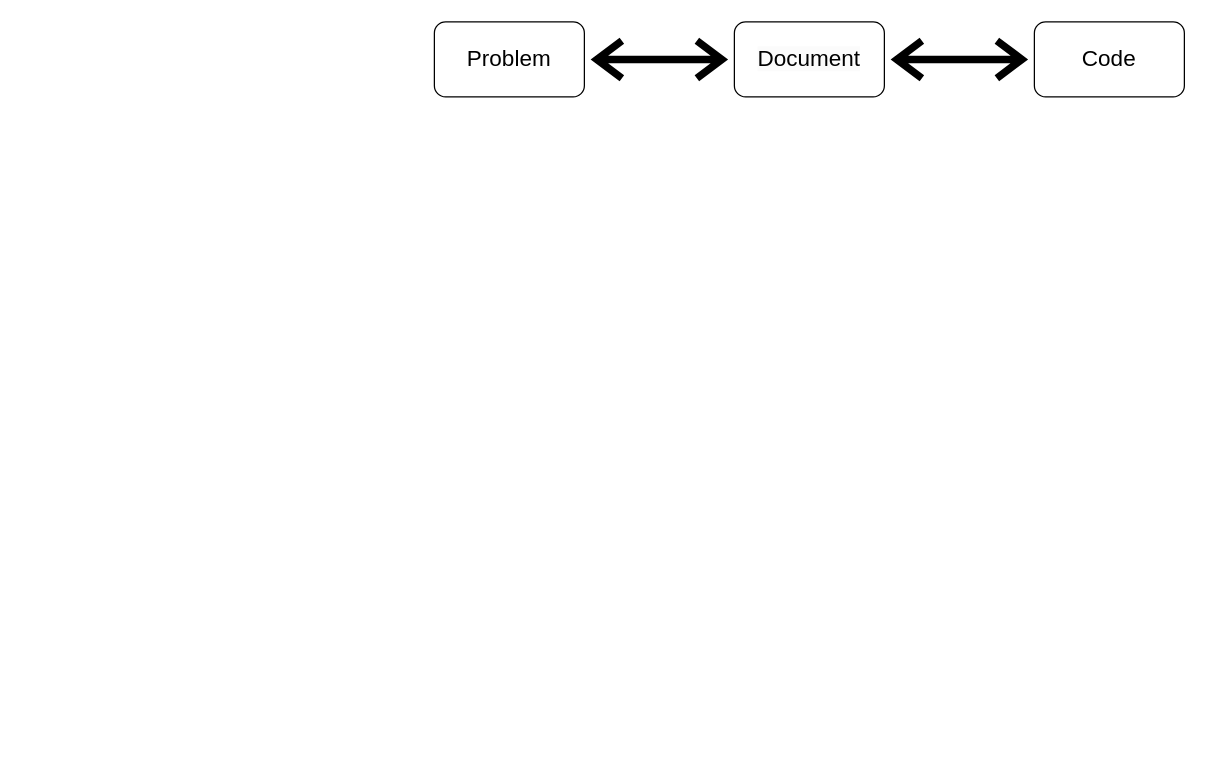
jizhang02/Figure-Factory keeps this draw.io diagram as page "work routine" (5 of 5) of Fig_CS/Figure-Factory.drawio. Above is the earlier version. Source tidied: cells renumbered, new cells numbered last; positions are measured from the earlier drawing's top-left corner, leaving out a move shared by most shapes. Both pictures are drawn from the tidied source at 125%, with x=0, y=0 at pixel (434, 21).
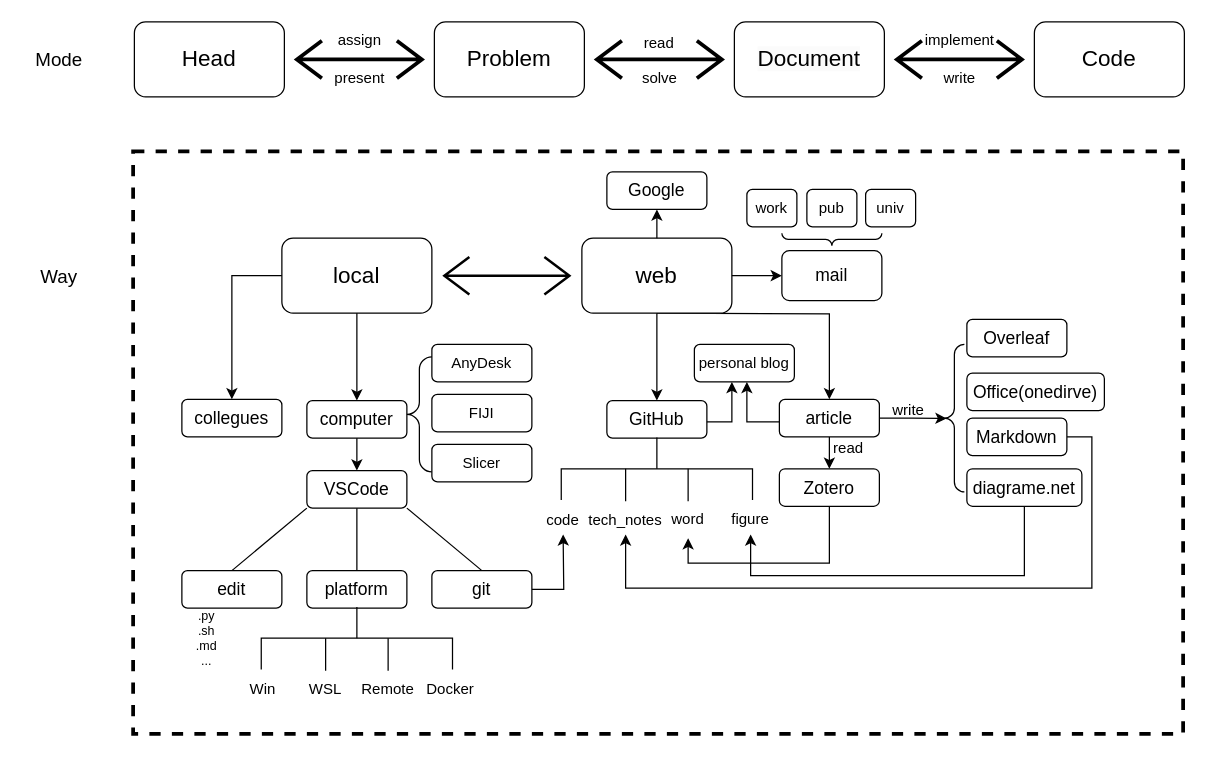
After the change.

Diff of the diagram source:
```diff
@@
+    <mxCell id="7" style="rounded=0;whiteSpace=wrap;html=1;strokeColor=#000000;strokeWidth=3;fontSize=15;fillColor=none;dashed=1;" parent="1" vertex="1">
+      <mxGeometry x="-241" y="103.5" width="840" height="466" as="geometry" />
+    </mxCell>
@@
-    <mxCell id="5" style="html=1;whiteSpace=wrap;fillColor=#AFFFAF;shape=mxgraph.archimate3.commNetw;strokeWidth=6;" parent="1" vertex="1">
+    <mxCell id="5" style="html=1;whiteSpace=wrap;fillColor=#AFFFAF;shape=mxgraph.archimate3.commNetw;strokeWidth=3;" parent="1" vertex="1">
       <mxGeometry x="130" y="15" width="100" height="30" as="geometry" />
     </mxCell>
-    <mxCell id="6" style="html=1;whiteSpace=wrap;fillColor=#AFFFAF;shape=mxgraph.archimate3.commNetw;strokeWidth=6;" parent="1" vertex="1">
+    <mxCell id="6" style="html=1;whiteSpace=wrap;fillColor=#AFFFAF;shape=mxgraph.archimate3.commNetw;strokeWidth=3;" parent="1" vertex="1">
       <mxGeometry x="370" y="15" width="100" height="30" as="geometry" />
     </mxCell>
+    <mxCell id="8" value="&lt;font style=&quot;font-size: 12px;&quot;&gt;read&lt;/font&gt;" style="text;html=1;strokeColor=none;fillColor=none;align=center;verticalAlign=middle;whiteSpace=wrap;rounded=0;fontSize=18;" parent="1" vertex="1">
+      <mxGeometry x="150" width="60" height="30" as="geometry" />
+    </mxCell>
+    <mxCell id="9" value="implement" style="text;html=1;align=center;verticalAlign=middle;strokeColor=none;fillColor=none;fontSize=12;" parent="1" vertex="1">
+      <mxGeometry x="380" width="80" height="30" as="geometry" />
+    </mxCell>
+    <mxCell id="10" value="write" style="text;html=1;align=center;verticalAlign=middle;strokeColor=none;fillColor=none;fontSize=12;" parent="1" vertex="1">
+      <mxGeometry x="395" y="30" width="50" height="30" as="geometry" />
+    </mxCell>
+    <mxCell id="11" value="solve" style="text;html=1;align=center;verticalAlign=middle;strokeColor=none;fillColor=none;fontSize=12;" parent="1" vertex="1">
+      <mxGeometry x="155" y="30" width="50" height="30" as="geometry" />
+    </mxCell>
+    <mxCell id="12" value="&lt;font style=&quot;font-size: 18px;&quot;&gt;Head&lt;/font&gt;" style="rounded=1;whiteSpace=wrap;html=1;" parent="1" vertex="1">
+      <mxGeometry x="-240" width="120" height="60" as="geometry" />
+    </mxCell>
+    <mxCell id="13" style="html=1;whiteSpace=wrap;fillColor=#AFFFAF;shape=mxgraph.archimate3.commNetw;strokeWidth=3;" parent="1" vertex="1">
+      <mxGeometry x="-110" y="15" width="100" height="30" as="geometry" />
+    </mxCell>
+    <mxCell id="14" value="assign" style="text;html=1;align=center;verticalAlign=middle;strokeColor=none;fillColor=none;fontSize=12;" parent="1" vertex="1">
+      <mxGeometry x="-90" width="60" height="30" as="geometry" />
+    </mxCell>
+    <mxCell id="15" value="present" style="text;html=1;align=center;verticalAlign=middle;strokeColor=none;fillColor=none;fontSize=12;" parent="1" vertex="1">
+      <mxGeometry x="-90" y="30" width="60" height="30" as="geometry" />
+    </mxCell>
+    <mxCell id="16" value="&lt;font style=&quot;font-size: 15px;&quot;&gt;Mode&lt;/font&gt;" style="text;html=1;strokeColor=none;fillColor=none;align=center;verticalAlign=middle;whiteSpace=wrap;rounded=0;fontSize=10;strokeWidth=1;" parent="1" vertex="1">
+      <mxGeometry x="-330" y="15" width="60" height="30" as="geometry" />
+    </mxCell>
+    <mxCell id="17" value="&lt;font style=&quot;font-size: 15px;&quot;&gt;Way&lt;/font&gt;" style="text;html=1;strokeColor=none;fillColor=none;align=center;verticalAlign=middle;whiteSpace=wrap;rounded=0;fontSize=10;strokeWidth=1;" parent="1" vertex="1">
+      <mxGeometry x="-330" y="188" width="60" height="30" as="geometry" />
+    </mxCell>
+    <mxCell id="18" value="&lt;font style=&quot;font-size: 18px;&quot;&gt;local&lt;/font&gt;" style="rounded=1;whiteSpace=wrap;html=1;fontSize=12;" parent="1" vertex="1">
+      <mxGeometry x="-122" y="173" width="120" height="60" as="geometry" />
+    </mxCell>
+    <mxCell id="19" style="edgeStyle=orthogonalEdgeStyle;rounded=0;jettySize=auto;html=1;entryX=0.5;entryY=0;entryDx=0;entryDy=0;fontSize=12;" parent="1" edge="1" target="66">
+      <mxGeometry relative="1" as="geometry">
+        <mxPoint x="178" y="233" as="sourcePoint" />
+      </mxGeometry>
+    </mxCell>
+    <mxCell id="20" value="&lt;font style=&quot;font-size: 18px;&quot;&gt;web&lt;/font&gt;" style="rounded=1;whiteSpace=wrap;html=1;fontSize=12;" parent="1" vertex="1">
+      <mxGeometry x="118" y="173" width="120" height="60" as="geometry" />
+    </mxCell>
+    <mxCell id="21" style="html=1;whiteSpace=wrap;fillColor=#AFFFAF;shape=mxgraph.archimate3.commNetw;strokeWidth=2;fontSize=18;" parent="1" vertex="1">
+      <mxGeometry x="8" y="188" width="100" height="30" as="geometry" />
+    </mxCell>
+    <mxCell id="22" value="&lt;font style=&quot;font-size: 14px;&quot;&gt;collegues&lt;/font&gt;" style="rounded=1;whiteSpace=wrap;html=1;fontSize=12;" parent="1" vertex="1">
+      <mxGeometry x="-202" y="302" width="80" height="30" as="geometry" />
+    </mxCell>
+    <mxCell id="23" style="edgeStyle=orthogonalEdgeStyle;rounded=0;jettySize=auto;html=1;fontSize=18;exitX=0;exitY=0.5;exitDx=0;exitDy=0;" parent="1" edge="1" source="18" target="22">
+      <mxGeometry relative="1" as="geometry">
+        <Array as="points">
+          <mxPoint x="-162" y="203" />
+        </Array>
+      </mxGeometry>
+    </mxCell>
+    <mxCell id="24" value="&lt;font style=&quot;font-size: 14px;&quot;&gt;computer&lt;/font&gt;" style="rounded=1;whiteSpace=wrap;html=1;fontSize=12;" parent="1" vertex="1">
+      <mxGeometry x="-102" y="303" width="80" height="30" as="geometry" />
+    </mxCell>
+    <mxCell id="25" style="edgeStyle=orthogonalEdgeStyle;rounded=0;jettySize=auto;html=1;fontSize=14;" parent="1" edge="1" source="18" target="24">
+      <mxGeometry relative="1" as="geometry" />
+    </mxCell>
+    <mxCell id="26" value="&lt;font style=&quot;font-size: 12px;&quot;&gt;AnyDesk&lt;/font&gt;" style="rounded=1;whiteSpace=wrap;html=1;fontSize=12;" parent="1" vertex="1">
+      <mxGeometry x="-2" y="258" width="80" height="30" as="geometry" />
+    </mxCell>
+    <mxCell id="27" value="&lt;font style=&quot;font-size: 14px;&quot;&gt;VSCode&lt;/font&gt;" style="rounded=1;whiteSpace=wrap;html=1;fontSize=12;" parent="1" vertex="1">
+      <mxGeometry x="-102" y="359" width="80" height="30" as="geometry" />
+    </mxCell>
+    <mxCell id="28" style="edgeStyle=orthogonalEdgeStyle;rounded=0;jettySize=auto;html=1;fontSize=12;" parent="1" edge="1" source="24" target="27">
+      <mxGeometry relative="1" as="geometry" />
+    </mxCell>
+    <mxCell id="29" style="endArrow=none;html=1;rounded=0;fontSize=12;" parent="1" edge="1">
+      <mxGeometry relative="1" as="geometry">
+        <mxPoint x="-162" y="439" as="sourcePoint" />
+        <mxPoint x="-102" y="389" as="targetPoint" />
+      </mxGeometry>
+    </mxCell>
+    <mxCell id="30" style="endArrow=none;html=1;rounded=0;fontSize=12;" parent="1" edge="1">
+      <mxGeometry relative="1" as="geometry">
+        <mxPoint x="-62" y="439" as="sourcePoint" />
+        <mxPoint x="-62" y="389" as="targetPoint" />
+      </mxGeometry>
+    </mxCell>
+    <mxCell id="31" style="endArrow=none;html=1;rounded=0;fontSize=12;" parent="1" edge="1">
+      <mxGeometry relative="1" as="geometry">
+        <mxPoint x="-22" y="389" as="sourcePoint" />
+        <mxPoint x="38" y="439" as="targetPoint" />
+      </mxGeometry>
+    </mxCell>
+    <mxCell id="32" value="&lt;font style=&quot;font-size: 14px;&quot;&gt;edit&lt;/font&gt;" style="rounded=1;whiteSpace=wrap;html=1;fontSize=12;" parent="1" vertex="1">
+      <mxGeometry x="-202" y="439" width="80" height="30" as="geometry" />
+    </mxCell>
+    <mxCell id="33" value="&lt;font style=&quot;font-size: 14px;&quot;&gt;platform&lt;/font&gt;" style="rounded=1;whiteSpace=wrap;html=1;fontSize=12;" parent="1" vertex="1">
+      <mxGeometry x="-102" y="439" width="80" height="30" as="geometry" />
+    </mxCell>
+    <mxCell id="34" style="edgeStyle=orthogonalEdgeStyle;rounded=0;jettySize=auto;html=1;fontSize=12;" parent="1" edge="1" source="35">
+      <mxGeometry relative="1" as="geometry">
+        <mxPoint x="103" y="410" as="targetPoint" />
+      </mxGeometry>
+    </mxCell>
+    <mxCell id="35" value="&lt;font style=&quot;font-size: 14px;&quot;&gt;git&lt;/font&gt;" style="rounded=1;whiteSpace=wrap;html=1;fontSize=12;" parent="1" vertex="1">
+      <mxGeometry x="-2" y="439" width="80" height="30" as="geometry" />
+    </mxCell>
+    <mxCell id="36" value="&lt;font style=&quot;font-size: 10px;&quot;&gt;.py&lt;br&gt;.sh&lt;br style=&quot;font-size: 10px;&quot;&gt;.md&lt;br style=&quot;font-size: 10px;&quot;&gt;...&lt;br style=&quot;font-size: 10px;&quot;&gt;&lt;/font&gt;" style="text;html=1;strokeColor=none;fillColor=none;align=center;verticalAlign=middle;whiteSpace=wrap;rounded=0;fontSize=10;spacing=1;" parent="1" vertex="1">
+      <mxGeometry x="-212" y="473" width="60" height="40" as="geometry" />
+    </mxCell>
+    <mxCell id="37" style="strokeWidth=1;html=1;shape=mxgraph.flowchart.annotation_2;align=left;labelPosition=right;fontSize=10;rotation=90;" parent="1" vertex="1">
+      <mxGeometry x="-87" y="416.5" width="50" height="153" as="geometry" />
+    </mxCell>
+    <mxCell id="38" style="line;strokeWidth=1;direction=south;html=1;fontSize=10;" parent="1" vertex="1">
+      <mxGeometry x="-92" y="493" width="10" height="26" as="geometry" />
+    </mxCell>
+    <mxCell id="39" style="line;strokeWidth=1;direction=south;html=1;fontSize=10;" parent="1" vertex="1">
+      <mxGeometry x="-42" y="493" width="10" height="26" as="geometry" />
+    </mxCell>
+    <mxCell id="40" value="Win" style="text;html=1;strokeColor=none;fillColor=none;align=center;verticalAlign=middle;whiteSpace=wrap;rounded=0;fontSize=12;strokeWidth=1;" parent="1" vertex="1">
+      <mxGeometry x="-162" y="519" width="50" height="30" as="geometry" />
+    </mxCell>
+    <mxCell id="41" value="WSL" style="text;html=1;strokeColor=none;fillColor=none;align=center;verticalAlign=middle;whiteSpace=wrap;rounded=0;fontSize=12;strokeWidth=1;" parent="1" vertex="1">
+      <mxGeometry x="-112" y="519" width="50" height="30" as="geometry" />
+    </mxCell>
+    <mxCell id="42" value="Remote" style="text;html=1;strokeColor=none;fillColor=none;align=center;verticalAlign=middle;whiteSpace=wrap;rounded=0;fontSize=12;strokeWidth=1;" parent="1" vertex="1">
+      <mxGeometry x="-62" y="519" width="50" height="30" as="geometry" />
+    </mxCell>
+    <mxCell id="43" value="Docker" style="text;html=1;strokeColor=none;fillColor=none;align=center;verticalAlign=middle;whiteSpace=wrap;rounded=0;fontSize=12;strokeWidth=1;" parent="1" vertex="1">
+      <mxGeometry x="-12" y="519" width="50" height="30" as="geometry" />
+    </mxCell>
+    <mxCell id="44" value="Google" style="rounded=1;whiteSpace=wrap;html=1;strokeWidth=1;fontSize=14;" parent="1" vertex="1">
+      <mxGeometry x="138" y="120" width="80" height="30" as="geometry" />
+    </mxCell>
+    <mxCell id="45" style="edgeStyle=orthogonalEdgeStyle;rounded=0;jettySize=auto;html=1;fontSize=10;" parent="1" edge="1" source="20" target="44">
+      <mxGeometry relative="1" as="geometry" />
+    </mxCell>
+    <mxCell id="46" style="labelPosition=right;align=left;strokeWidth=1;shape=mxgraph.mockup.markup.curlyBrace;html=1;shadow=0;dashed=0;strokeColor=#000000;direction=north;fontSize=14;" parent="1" vertex="1">
+      <mxGeometry x="-22" y="268" width="20" height="92" as="geometry" />
+    </mxCell>
+    <mxCell id="47" value="&lt;font style=&quot;font-size: 12px;&quot;&gt;FIJI&lt;/font&gt;" style="rounded=1;whiteSpace=wrap;html=1;fontSize=12;" parent="1" vertex="1">
+      <mxGeometry x="-2" y="298" width="80" height="30" as="geometry" />
+    </mxCell>
+    <mxCell id="48" value="&lt;font style=&quot;font-size: 12px;&quot;&gt;Slicer&lt;/font&gt;" style="rounded=1;whiteSpace=wrap;html=1;fontSize=12;" parent="1" vertex="1">
+      <mxGeometry x="-2" y="338" width="80" height="30" as="geometry" />
+    </mxCell>
+    <mxCell id="49" value="mail" style="rounded=1;whiteSpace=wrap;html=1;strokeWidth=1;fontSize=14;" parent="1" vertex="1">
+      <mxGeometry x="278" y="183" width="80" height="40" as="geometry" />
+    </mxCell>
+    <mxCell id="50" style="edgeStyle=orthogonalEdgeStyle;rounded=0;jettySize=auto;html=1;fontSize=12;" parent="1" edge="1" source="20" target="49">
+      <mxGeometry relative="1" as="geometry" />
+    </mxCell>
+    <mxCell id="51" style="labelPosition=right;align=left;strokeWidth=1;shape=mxgraph.mockup.markup.curlyBrace;html=1;shadow=0;dashed=0;strokeColor=#000000;direction=north;fontSize=14;rotation=-90;" parent="1" vertex="1">
+      <mxGeometry x="313" y="134" width="10" height="80" as="geometry" />
+    </mxCell>
+    <mxCell id="52" value="&lt;font style=&quot;font-size: 12px;&quot;&gt;work&lt;/font&gt;" style="rounded=1;whiteSpace=wrap;html=1;fontSize=12;" parent="1" vertex="1">
+      <mxGeometry x="250" y="134" width="40" height="30" as="geometry" />
+    </mxCell>
+    <mxCell id="53" value="&lt;font style=&quot;font-size: 12px;&quot;&gt;pub&lt;/font&gt;" style="rounded=1;whiteSpace=wrap;html=1;fontSize=12;" parent="1" vertex="1">
+      <mxGeometry x="298" y="134" width="40" height="30" as="geometry" />
+    </mxCell>
+    <mxCell id="54" value="&lt;font style=&quot;font-size: 12px;&quot;&gt;univ&lt;/font&gt;" style="rounded=1;whiteSpace=wrap;html=1;fontSize=12;" parent="1" vertex="1">
+      <mxGeometry x="345" y="134" width="40" height="30" as="geometry" />
+    </mxCell>
+    <mxCell id="55" style="edgeStyle=orthogonalEdgeStyle;rounded=0;orthogonalLoop=1;jettySize=auto;html=1;entryX=0.5;entryY=1;entryDx=0;entryDy=0;fontSize=15;exitX=1;exitY=0.5;exitDx=0;exitDy=0;" parent="1" edge="1">
+      <mxGeometry relative="1" as="geometry">
+        <mxPoint x="208" y="318" as="sourcePoint" />
+        <mxPoint x="238" y="288" as="targetPoint" />
+        <Array as="points">
+          <mxPoint x="208" y="320" />
+          <mxPoint x="238" y="320" />
+        </Array>
+      </mxGeometry>
+    </mxCell>
+    <mxCell id="56" value="&lt;font style=&quot;font-size: 14px;&quot;&gt;GitHub&lt;/font&gt;" style="rounded=1;whiteSpace=wrap;html=1;fontSize=12;" parent="1" vertex="1">
+      <mxGeometry x="138" y="303" width="80" height="30" as="geometry" />
+    </mxCell>
+    <mxCell id="57" style="edgeStyle=orthogonalEdgeStyle;rounded=0;jettySize=auto;html=1;fontSize=12;" parent="1" edge="1" source="20" target="56">
+      <mxGeometry relative="1" as="geometry" />
+    </mxCell>
+    <mxCell id="58" style="strokeWidth=1;html=1;shape=mxgraph.flowchart.annotation_2;align=left;labelPosition=right;fontSize=10;rotation=90;" parent="1" vertex="1">
+      <mxGeometry x="153" y="281" width="50" height="153" as="geometry" />
+    </mxCell>
+    <mxCell id="59" style="line;strokeWidth=1;direction=south;html=1;fontSize=10;" parent="1" vertex="1">
+      <mxGeometry x="148" y="357.5" width="10" height="26" as="geometry" />
+    </mxCell>
+    <mxCell id="60" style="line;strokeWidth=1;direction=south;html=1;fontSize=10;" parent="1" vertex="1">
+      <mxGeometry x="198" y="357.5" width="10" height="26" as="geometry" />
+    </mxCell>
+    <mxCell id="61" value="code" style="text;html=1;strokeColor=none;fillColor=none;align=center;verticalAlign=middle;whiteSpace=wrap;rounded=0;fontSize=12;strokeWidth=1;" parent="1" vertex="1">
+      <mxGeometry x="78" y="383.5" width="50" height="30" as="geometry" />
+    </mxCell>
+    <mxCell id="62" value="tech_notes" style="text;html=1;strokeColor=none;fillColor=none;align=center;verticalAlign=middle;whiteSpace=wrap;rounded=0;fontSize=12;strokeWidth=1;" parent="1" vertex="1">
+      <mxGeometry x="128" y="383.5" width="50" height="30" as="geometry" />
+    </mxCell>
+    <mxCell id="63" value="word" style="text;html=1;strokeColor=none;fillColor=none;align=center;verticalAlign=middle;whiteSpace=wrap;rounded=0;fontSize=12;strokeWidth=1;" parent="1" vertex="1">
+      <mxGeometry x="178" y="383" width="50" height="30" as="geometry" />
+    </mxCell>
+    <mxCell id="64" value="figure" style="text;html=1;strokeColor=none;fillColor=none;align=center;verticalAlign=middle;whiteSpace=wrap;rounded=0;fontSize=12;strokeWidth=1;" parent="1" vertex="1">
+      <mxGeometry x="228" y="383" width="50" height="30" as="geometry" />
+    </mxCell>
+    <mxCell id="65" style="edgeStyle=orthogonalEdgeStyle;rounded=0;jettySize=auto;html=1;fontSize=15;" parent="1" edge="1" source="66" target="80">
+      <mxGeometry relative="1" as="geometry">
+        <Array as="points">
+          <mxPoint x="250" y="320" />
+        </Array>
+      </mxGeometry>
+    </mxCell>
+    <mxCell id="66" value="&lt;font style=&quot;font-size: 14px;&quot;&gt;article&lt;/font&gt;" style="rounded=1;whiteSpace=wrap;html=1;fontSize=12;" parent="1" vertex="1">
+      <mxGeometry x="276" y="302" width="80" height="30" as="geometry" />
+    </mxCell>
+    <mxCell id="67" value="&lt;font style=&quot;font-size: 14px;&quot;&gt;Overleaf&lt;/font&gt;" style="rounded=1;whiteSpace=wrap;html=1;fontSize=12;" parent="1" vertex="1">
+      <mxGeometry x="426" y="238" width="80" height="30" as="geometry" />
+    </mxCell>
+    <mxCell id="68" style="labelPosition=right;align=left;strokeWidth=1;shape=mxgraph.mockup.markup.curlyBrace;html=1;shadow=0;dashed=0;strokeColor=#000000;direction=north;fontSize=14;" parent="1" vertex="1">
+      <mxGeometry x="408" y="258" width="16" height="118" as="geometry" />
+    </mxCell>
+    <mxCell id="69" style="edgeStyle=orthogonalEdgeStyle;rounded=0;jettySize=auto;html=1;entryX=0.498;entryY=0.111;entryDx=0;entryDy=0;entryPerimeter=0;fontSize=12;" parent="1" edge="1" source="66" target="68">
+      <mxGeometry relative="1" as="geometry" />
+    </mxCell>
+    <mxCell id="70" value="&lt;font style=&quot;font-size: 14px;&quot;&gt;Office(onedirve)&lt;/font&gt;" style="rounded=1;whiteSpace=wrap;html=1;fontSize=12;" parent="1" vertex="1">
+      <mxGeometry x="426" y="281" width="110" height="30" as="geometry" />
+    </mxCell>
+    <mxCell id="71" style="edgeStyle=orthogonalEdgeStyle;rounded=0;jettySize=auto;html=1;fontSize=12;exitX=1;exitY=0.5;exitDx=0;exitDy=0;" parent="1" edge="1" source="72">
+      <mxGeometry relative="1" as="geometry">
+        <mxPoint x="153" y="410" as="targetPoint" />
+        <Array as="points">
+          <mxPoint x="526" y="332" />
+          <mxPoint x="526" y="453" />
+          <mxPoint x="153" y="453" />
+        </Array>
+      </mxGeometry>
+    </mxCell>
+    <mxCell id="72" value="&lt;font style=&quot;font-size: 14px;&quot;&gt;Markdown&lt;/font&gt;" style="rounded=1;whiteSpace=wrap;html=1;fontSize=12;" parent="1" vertex="1">
+      <mxGeometry x="426" y="317" width="80" height="30" as="geometry" />
+    </mxCell>
+    <mxCell id="73" value="write" style="text;html=1;align=center;verticalAlign=middle;strokeColor=none;fillColor=none;fontSize=12;" parent="1" vertex="1">
+      <mxGeometry x="354" y="296" width="50" height="30" as="geometry" />
+    </mxCell>
+    <mxCell id="74" style="edgeStyle=orthogonalEdgeStyle;rounded=0;jettySize=auto;html=1;entryX=0.5;entryY=1;entryDx=0;entryDy=0;fontSize=12;exitX=0.5;exitY=1;exitDx=0;exitDy=0;" parent="1" edge="1" source="75" target="63">
+      <mxGeometry relative="1" as="geometry">
+        <Array as="points">
+          <mxPoint x="316" y="433" />
+          <mxPoint x="203" y="433" />
+        </Array>
+      </mxGeometry>
+    </mxCell>
+    <mxCell id="75" value="&lt;font style=&quot;font-size: 14px;&quot;&gt;Zotero&lt;/font&gt;" style="rounded=1;whiteSpace=wrap;html=1;fontSize=12;" parent="1" vertex="1">
+      <mxGeometry x="276" y="357.5" width="80" height="30" as="geometry" />
+    </mxCell>
+    <mxCell id="76" style="edgeStyle=orthogonalEdgeStyle;rounded=0;jettySize=auto;html=1;fontSize=12;" parent="1" edge="1" source="66" target="75">
+      <mxGeometry relative="1" as="geometry" />
+    </mxCell>
+    <mxCell id="77" value="read" style="text;html=1;align=center;verticalAlign=middle;strokeColor=none;fillColor=none;fontSize=12;" parent="1" vertex="1">
+      <mxGeometry x="306" y="326" width="50" height="30" as="geometry" />
+    </mxCell>
+    <mxCell id="78" style="edgeStyle=orthogonalEdgeStyle;rounded=0;jettySize=auto;html=1;fontSize=12;exitX=0.5;exitY=1;exitDx=0;exitDy=0;" parent="1" edge="1" source="79">
+      <mxGeometry relative="1" as="geometry">
+        <mxPoint x="253" y="410" as="targetPoint" />
+        <Array as="points">
+          <mxPoint x="472" y="443" />
+          <mxPoint x="253" y="443" />
+        </Array>
+      </mxGeometry>
+    </mxCell>
+    <mxCell id="79" value="&lt;span style=&quot;font-size: 14px;&quot;&gt;diagrame.net&lt;/span&gt;" style="rounded=1;whiteSpace=wrap;html=1;fontSize=12;" parent="1" vertex="1">
+      <mxGeometry x="426" y="357.5" width="92" height="30" as="geometry" />
+    </mxCell>
+    <mxCell id="80" value="&lt;font style=&quot;font-size: 12px;&quot;&gt;personal blog&lt;/font&gt;" style="rounded=1;whiteSpace=wrap;html=1;fontSize=12;" parent="1" vertex="1">
+      <mxGeometry x="208" y="258" width="80" height="30" as="geometry" />
+    </mxCell>
```
